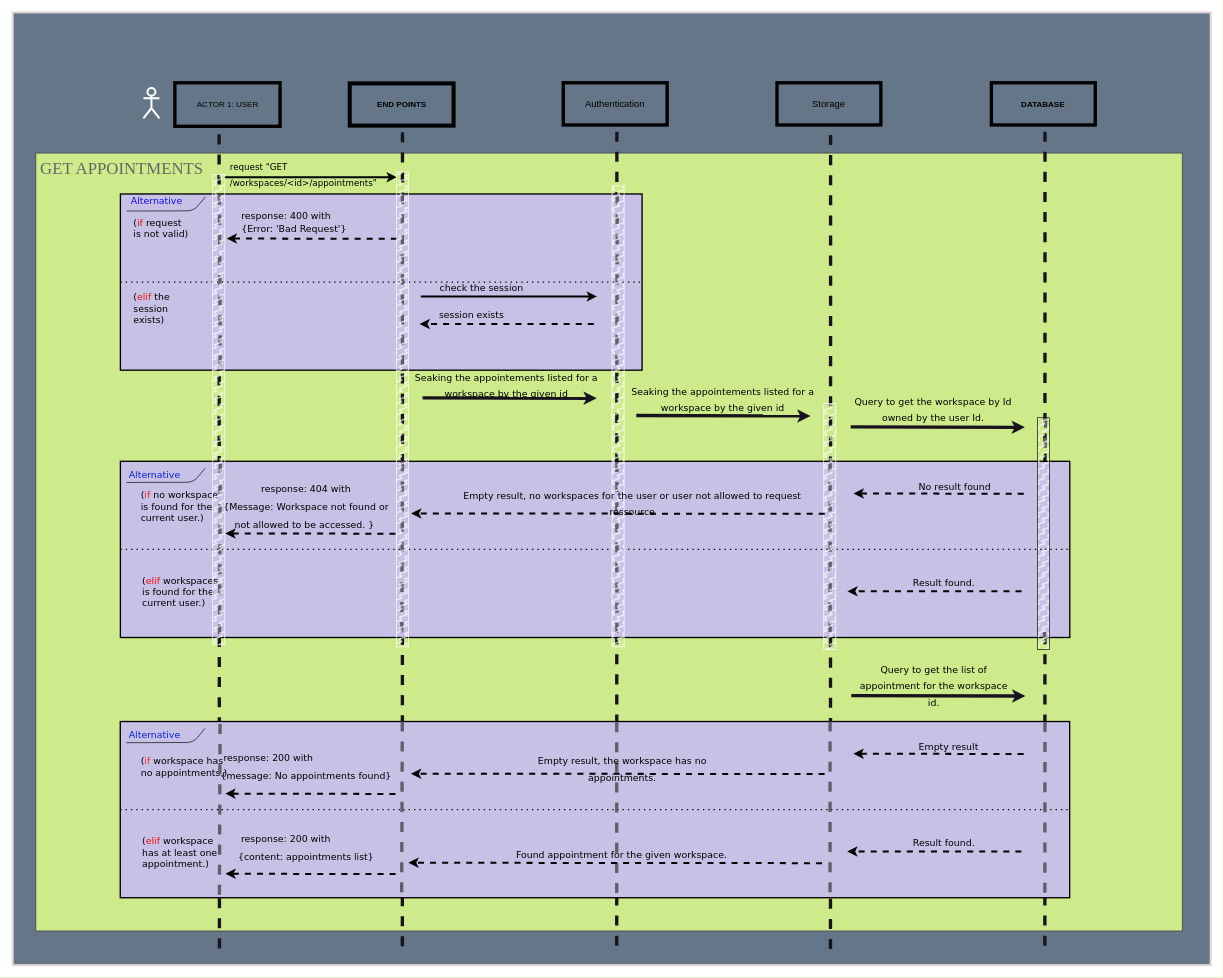
This is UML/Sequence_diagram/Dio/Get_workspace_appointements.dio from Kolapo-code/Booker, a draw.io file, before an edit. Source tidied: cells renumbered, new cells numbered last; positions are measured from the earlier drawing's top-left corner, leaving out a move shared by most shapes. Both pictures are drawn from the tidied source at 67%, with x=0, y=0 at pixel (12, 12).
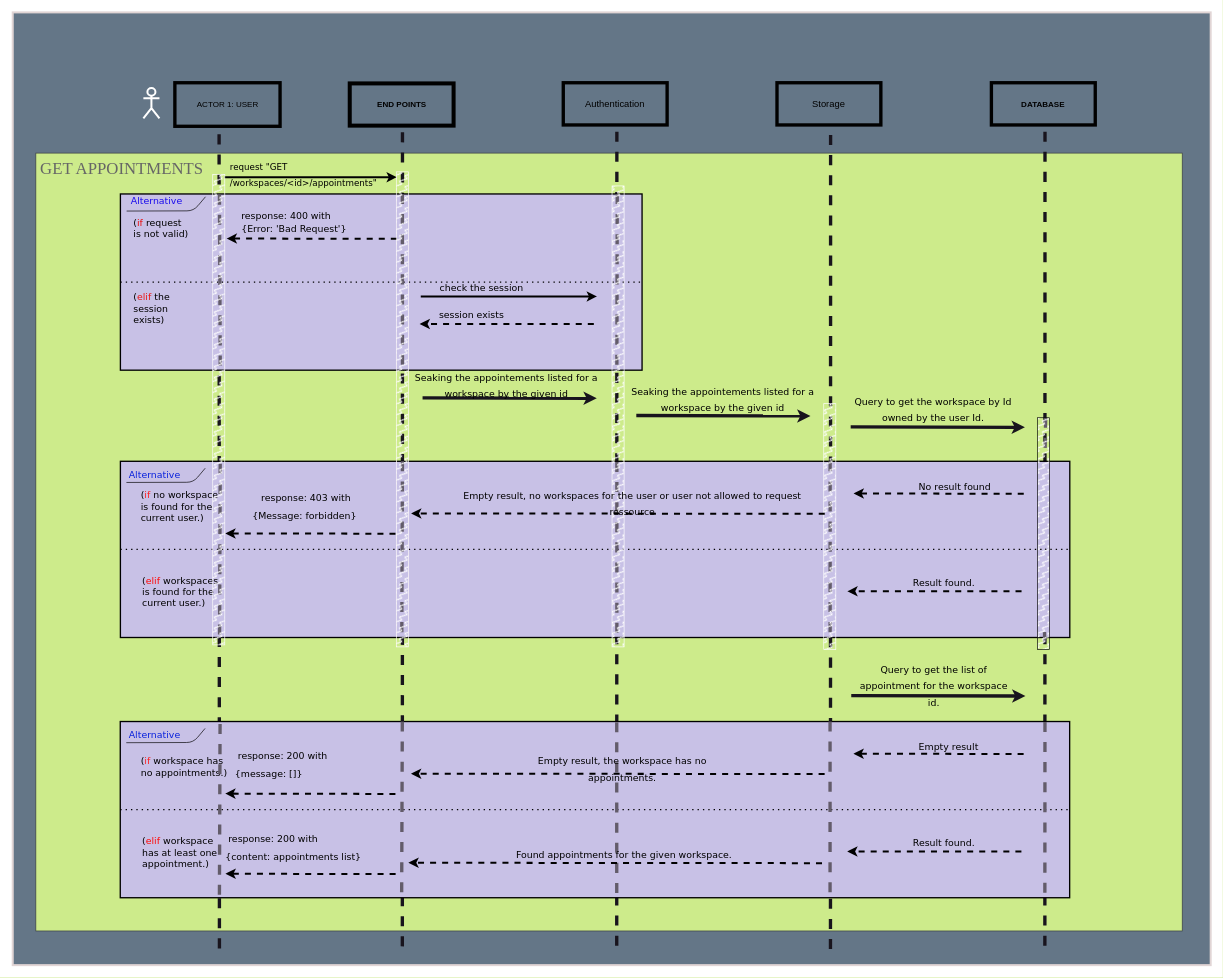
After the change.

The edit, as a diff of the source:
```diff
@@
-    <mxCell id="54" value="&lt;font style=&quot;text-align: left; font-size: 14px;&quot; face=&quot;Verdana&quot;&gt;response: 404 with&lt;br&gt;{Message: Workspace not found or &lt;br&gt;not allowed to be accessed.&amp;nbsp;&lt;/font&gt;&lt;span style=&quot;text-align: left; background-color: initial; font-family: Verdana; font-size: 14px;&quot;&gt;}&amp;nbsp;&lt;/span&gt;" style="text;html=1;align=center;verticalAlign=middle;strokeColor=none;fillColor=none;fontSize=22;fontColor=#000000;" parent="1" vertex="1">
-      <mxGeometry x="330" y="690" width="215" height="91" as="geometry" />
+    <mxCell id="54" value="&lt;font style=&quot;text-align: left; font-size: 14px;&quot; face=&quot;Verdana&quot;&gt;response: 403 with&lt;br&gt;{Message: forbidden&lt;/font&gt;&lt;span style=&quot;text-align: left; background-color: initial; font-family: Verdana; font-size: 14px;&quot;&gt;}&amp;nbsp;&lt;/span&gt;" style="text;html=1;align=center;verticalAlign=middle;strokeColor=none;fillColor=none;fontSize=22;fontColor=#000000;" parent="1" vertex="1">
+      <mxGeometry x="365" y="703" width="146" height="65" as="geometry" />
     </mxCell>
@@
-    <mxCell id="81" value="&lt;div style=&quot;text-align: left;&quot;&gt;&lt;span style=&quot;background-color: initial; font-size: 14px;&quot;&gt;&lt;font face=&quot;Verdana&quot;&gt;&amp;nbsp;response: 200 with&lt;/font&gt;&lt;/span&gt;&lt;/div&gt;&lt;div style=&quot;text-align: left;&quot;&gt;&lt;span style=&quot;background-color: initial; font-size: 14px;&quot;&gt;&lt;font face=&quot;Verdana&quot;&gt;{message: No appointments found}&lt;/font&gt;&lt;/span&gt;&lt;/div&gt;" style="text;html=1;align=center;verticalAlign=middle;strokeColor=none;fillColor=none;fontSize=22;fontColor=#000000;" parent="1" vertex="1">
-      <mxGeometry x="328.8" y="1091.4" width="218" height="65" as="geometry" />
+    <mxCell id="81" value="&lt;div style=&quot;text-align: left;&quot;&gt;&lt;span style=&quot;background-color: initial; font-size: 14px;&quot;&gt;&lt;font face=&quot;Verdana&quot;&gt;&amp;nbsp;response: 200 with&lt;/font&gt;&lt;/span&gt;&lt;/div&gt;&lt;div style=&quot;text-align: left;&quot;&gt;&lt;span style=&quot;background-color: initial; font-size: 14px;&quot;&gt;&lt;font face=&quot;Verdana&quot;&gt;{message: []}&lt;/font&gt;&lt;/span&gt;&lt;/div&gt;" style="text;html=1;align=center;verticalAlign=middle;strokeColor=none;fillColor=none;fontSize=22;fontColor=#000000;" parent="1" vertex="1">
+      <mxGeometry x="337" y="1088" width="127" height="65" as="geometry" />
     </mxCell>
@@
-    <mxCell id="85" value="&lt;div style=&quot;text-align: left;&quot;&gt;&lt;font face=&quot;Verdana&quot;&gt;&lt;span style=&quot;font-size: 14px;&quot;&gt;Found appointment for the given workspace.&lt;/span&gt;&lt;/font&gt;&lt;/div&gt;" style="text;whiteSpace=wrap;html=1;fontSize=19;fontColor=#000000;" parent="1" vertex="1">
+    <mxCell id="85" value="&lt;div style=&quot;text-align: left;&quot;&gt;&lt;font face=&quot;Verdana&quot;&gt;&lt;span style=&quot;font-size: 14px;&quot;&gt;Found appointments for the given workspace.&lt;/span&gt;&lt;/font&gt;&lt;/div&gt;" style="text;whiteSpace=wrap;html=1;fontSize=19;fontColor=#000000;" parent="1" vertex="1">
       <mxGeometry x="750" y="1237" width="345" height="50" as="geometry" />
     </mxCell>
@@
     <mxCell id="88" value="&lt;div style=&quot;text-align: left;&quot;&gt;&lt;span style=&quot;background-color: initial; font-size: 14px;&quot;&gt;&lt;font face=&quot;Verdana&quot;&gt;&amp;nbsp;response: 200 with&lt;/font&gt;&lt;/span&gt;&lt;/div&gt;&lt;div style=&quot;text-align: left;&quot;&gt;&lt;span style=&quot;background-color: initial; font-size: 14px;&quot;&gt;&lt;font face=&quot;Verdana&quot;&gt;{content: appointments list}&lt;/font&gt;&lt;/span&gt;&lt;/div&gt;" style="text;html=1;align=center;verticalAlign=middle;strokeColor=none;fillColor=none;fontSize=22;fontColor=#000000;" parent="1" vertex="1">
-      <mxGeometry x="350.2" y="1211" width="176" height="65" as="geometry" />
+      <mxGeometry x="331" y="1211" width="176" height="65" as="geometry" />
     </mxCell>
```
